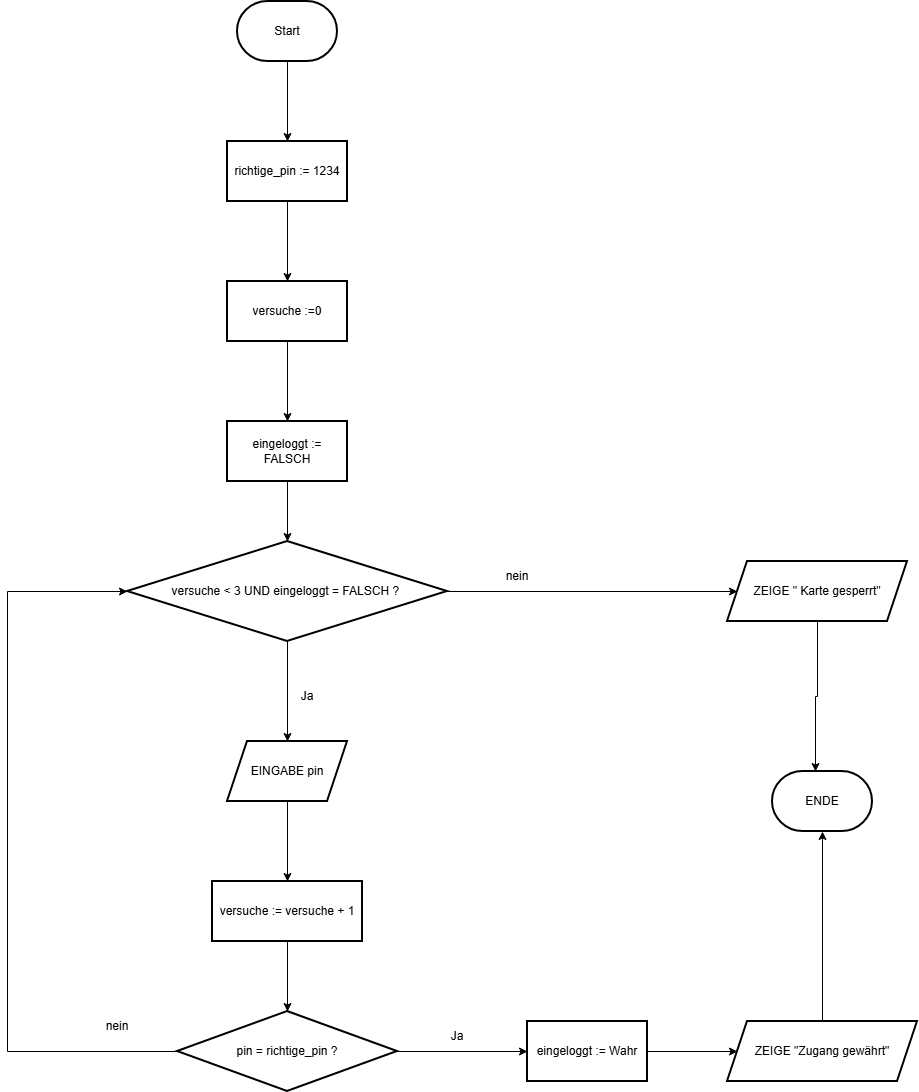
Odin2325/TQ5 keeps this draw.io diagram as 11.11-Aufgabe.drawio.png. Above is the earlier version. Source tidied: cells renumbered, new cells last; positions are measured from the earlier drawing's top-left corner, leaving out a move shared by most shapes.
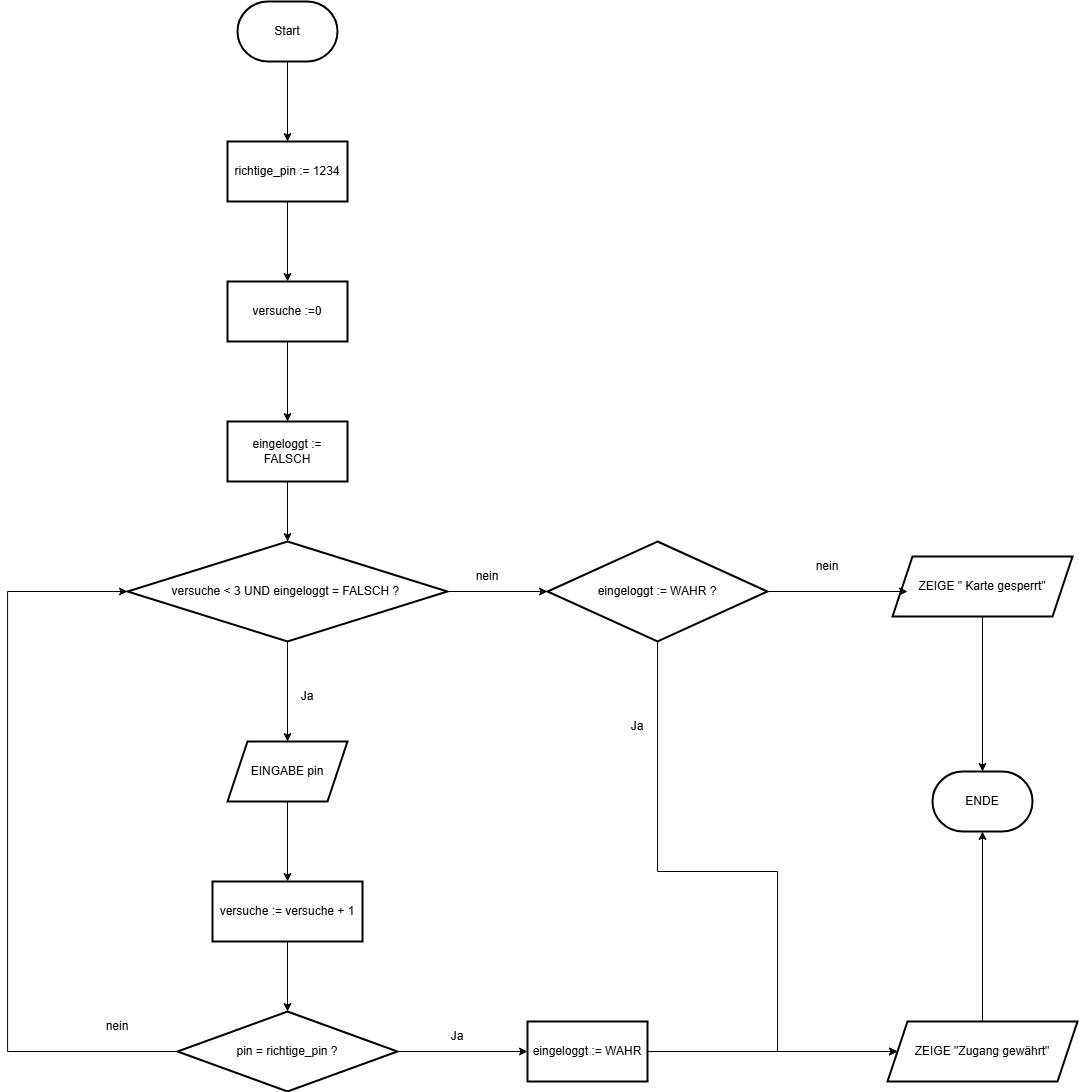
Later version of the same file.

Diff of the diagram source:
```diff
@@ -29,9 +29,9 @@
     <mxCell id="10" style="edgeStyle=orthogonalEdgeStyle;rounded=0;jettySize=auto;html=1;" parent="1" edge="1" source="12" target="14">
       <mxGeometry relative="1" as="geometry" />
     </mxCell>
-    <mxCell id="11" style="edgeStyle=orthogonalEdgeStyle;rounded=0;jettySize=auto;html=1;" parent="1" edge="1" source="12" target="25">
-      <mxGeometry relative="1" as="geometry" />
-    </mxCell>
+    <mxCell id="31" style="edgeStyle=orthogonalEdgeStyle;rounded=0;jettySize=auto;html=1;" parent="1" edge="1" source="12" target="34">
+      <mxGeometry relative="1" as="geometry" />
+    </mxCell>
     <mxCell id="12" value="versuche &amp;lt; 3 UND eingeloggt = FALSCH ?&amp;nbsp;" style="rhombus;whiteSpace=wrap;html=1;strokeWidth=2;" parent="1" vertex="1">
       <mxGeometry x="120" y="540" width="320" height="100" as="geometry" />
     </mxCell>
@@ -67,7 +67,7 @@
     <mxCell id="21" style="edgeStyle=orthogonalEdgeStyle;rounded=0;jettySize=auto;html=1;" parent="1" edge="1" source="22" target="27">
       <mxGeometry relative="1" as="geometry" />
     </mxCell>
-    <mxCell id="22" value="eingeloggt := Wahr" style="whiteSpace=wrap;html=1;strokeWidth=2;" parent="1" vertex="1">
+    <mxCell id="22" value="eingeloggt := WAHR" style="whiteSpace=wrap;html=1;strokeWidth=2;" parent="1" vertex="1">
       <mxGeometry x="520" y="1020" width="120" height="60" as="geometry" />
     </mxCell>
     <mxCell id="23" value="Ja" style="text;html=1;whiteSpace=wrap;strokeColor=none;fillColor=none;align=center;verticalAlign=middle;rounded=0;" parent="1" vertex="1">
@@ -76,23 +76,46 @@
     <mxCell id="24" value="nein" style="text;html=1;whiteSpace=wrap;strokeColor=none;fillColor=none;align=center;verticalAlign=middle;rounded=0;" parent="1" vertex="1">
       <mxGeometry x="80" y="1010" width="60" height="30" as="geometry" />
     </mxCell>
+    <mxCell id="29" style="edgeStyle=orthogonalEdgeStyle;rounded=0;jettySize=auto;html=1;" parent="1" edge="1" source="25" target="28">
+      <mxGeometry relative="1" as="geometry" />
+    </mxCell>
     <mxCell id="25" value="ZEIGE &quot; Karte gesperrt&quot;" style="shape=parallelogram;perimeter=parallelogramPerimeter;whiteSpace=wrap;html=1;fixedSize=1;strokeWidth=2;" parent="1" vertex="1">
-      <mxGeometry x="720" y="560" width="180" height="60" as="geometry" />
+      <mxGeometry x="885" y="555" width="180" height="60" as="geometry" />
     </mxCell>
-    <mxCell id="26" value="nein" style="text;html=1;whiteSpace=wrap;strokeColor=none;fillColor=none;align=center;verticalAlign=middle;rounded=0;" parent="1" vertex="1">
-      <mxGeometry x="480" y="560" width="60" height="30" as="geometry" />
-    </mxCell>
     <mxCell id="27" value="ZEIGE &quot;Zugang gewährt&quot;" style="shape=parallelogram;perimeter=parallelogramPerimeter;whiteSpace=wrap;html=1;fixedSize=1;strokeWidth=2;" parent="1" vertex="1">
-      <mxGeometry x="720" y="1020" width="190" height="60" as="geometry" />
+      <mxGeometry x="880" y="1020" width="190" height="60" as="geometry" />
     </mxCell>
     <mxCell id="28" value="ENDE" style="strokeWidth=2;html=1;shape=mxgraph.flowchart.terminator;whiteSpace=wrap;" parent="1" vertex="1">
-      <mxGeometry x="765" y="770" width="100" height="60" as="geometry" />
+      <mxGeometry x="925" y="770" width="100" height="60" as="geometry" />
     </mxCell>
-    <mxCell id="29" style="edgeStyle=orthogonalEdgeStyle;rounded=0;jettySize=auto;html=1;entryX=0.43;entryY=0;entryDx=0;entryDy=0;entryPerimeter=0;" parent="1" edge="1" source="25" target="28">
-      <mxGeometry relative="1" as="geometry" />
-    </mxCell>
     <mxCell id="30" style="edgeStyle=orthogonalEdgeStyle;rounded=0;jettySize=auto;html=1;entryX=0.5;entryY=1;entryDx=0;entryDy=0;entryPerimeter=0;" parent="1" edge="1" source="27" target="28">
       <mxGeometry relative="1" as="geometry" />
     </mxCell>
+    <mxCell id="32" style="edgeStyle=orthogonalEdgeStyle;rounded=0;jettySize=auto;html=1;" parent="1" edge="1" source="34">
+      <mxGeometry relative="1" as="geometry">
+        <mxPoint x="900" y="590" as="targetPoint" />
+      </mxGeometry>
+    </mxCell>
+    <mxCell id="33" style="edgeStyle=orthogonalEdgeStyle;rounded=0;jettySize=auto;html=1;entryX=0;entryY=0.5;entryDx=0;entryDy=0;" parent="1" edge="1" source="34" target="27">
+      <mxGeometry relative="1" as="geometry">
+        <Array as="points">
+          <mxPoint x="650" y="870" />
+          <mxPoint x="770" y="870" />
+          <mxPoint x="770" y="1050" />
+        </Array>
+      </mxGeometry>
+    </mxCell>
+    <mxCell id="34" value="eingeloggt := WAHR ?" style="rhombus;whiteSpace=wrap;html=1;strokeWidth=2;" parent="1" vertex="1">
+      <mxGeometry x="540" y="540" width="220" height="100" as="geometry" />
+    </mxCell>
+    <mxCell id="35" value="nein" style="text;html=1;whiteSpace=wrap;strokeColor=none;fillColor=none;align=center;verticalAlign=middle;rounded=0;" parent="1" vertex="1">
+      <mxGeometry x="450" y="560" width="60" height="30" as="geometry" />
+    </mxCell>
+    <mxCell id="36" value="nein" style="text;html=1;whiteSpace=wrap;strokeColor=none;fillColor=none;align=center;verticalAlign=middle;rounded=0;" parent="1" vertex="1">
+      <mxGeometry x="790" y="550" width="60" height="30" as="geometry" />
+    </mxCell>
+    <mxCell id="37" value="Ja" style="text;html=1;whiteSpace=wrap;strokeColor=none;fillColor=none;align=center;verticalAlign=middle;rounded=0;" parent="1" vertex="1">
+      <mxGeometry x="600" y="710" width="60" height="30" as="geometry" />
+    </mxCell>
   </root>
 </mxGraphModel>
```
